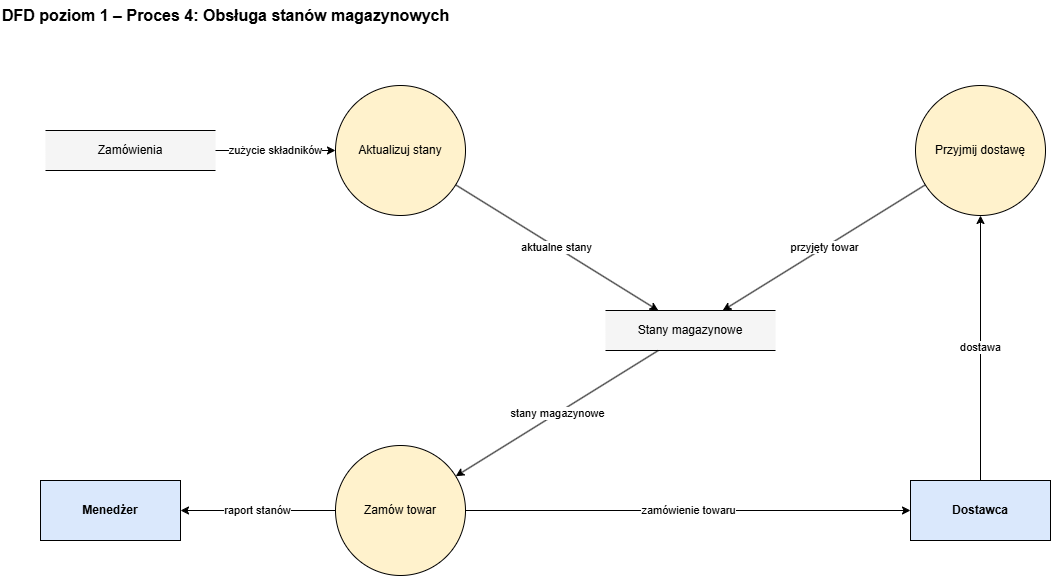
Earlier version of the draw.io export diagramy/02_przeplyw_danych/dfd_4_magazyn.png (olimo54323/OiZPI-laboratorium). Source tidied: cells renumbered, new cells last; positions are measured from the earlier drawing's top-left corner, leaving out a move shared by most shapes. The source it was exported from:
```xml
<mxGraphModel>
  <root>
    <mxCell id="0" />
    <mxCell id="1" parent="0" />
    <mxCell id="2" value="DFD poziom 1 – Proces 4: Obsługa stanów magazynowych" style="text;html=1;align=left;verticalAlign=middle;fontSize=16;fontStyle=1;" parent="1" vertex="1">
      <mxGeometry width="560" height="30" as="geometry" />
    </mxCell>
    <mxCell id="3" value="Zamówienia" style="shape=partialRectangle;whiteSpace=wrap;html=1;left=0;right=0;fillColor=#f5f5f5;strokeColor=#000000;fontSize=12;" parent="1" vertex="1">
      <mxGeometry x="45" y="130" width="170" height="40" as="geometry" />
    </mxCell>
    <mxCell id="4" value="Aktualizuj stany" style="ellipse;whiteSpace=wrap;html=1;fillColor=#fff2cc;strokeColor=#000000;fontSize=12;" parent="1" vertex="1">
      <mxGeometry x="335" y="85" width="130" height="130" as="geometry" />
    </mxCell>
    <mxCell id="5" value="Przyjmij dostawę" style="ellipse;whiteSpace=wrap;html=1;fillColor=#fff2cc;strokeColor=#000000;fontSize=12;" parent="1" vertex="1">
      <mxGeometry x="915" y="85" width="130" height="130" as="geometry" />
    </mxCell>
    <mxCell id="6" value="Stany magazynowe" style="shape=partialRectangle;whiteSpace=wrap;html=1;left=0;right=0;fillColor=#f5f5f5;strokeColor=#000000;fontSize=12;" parent="1" vertex="1">
      <mxGeometry x="605" y="310" width="170" height="40" as="geometry" />
    </mxCell>
    <mxCell id="7" value="Zamów towar" style="ellipse;whiteSpace=wrap;html=1;fillColor=#fff2cc;strokeColor=#000000;fontSize=12;" parent="1" vertex="1">
      <mxGeometry x="335" y="445" width="130" height="130" as="geometry" />
    </mxCell>
    <mxCell id="8" value="Menedżer" style="rounded=0;whiteSpace=wrap;html=1;fillColor=#dae8fc;strokeColor=#000000;fontStyle=1;fontSize=12;" parent="1" vertex="1">
      <mxGeometry x="40" y="480" width="140" height="60" as="geometry" />
    </mxCell>
    <mxCell id="9" value="Dostawca" style="rounded=0;whiteSpace=wrap;html=1;fillColor=#dae8fc;strokeColor=#000000;fontStyle=1;fontSize=12;" parent="1" vertex="1">
      <mxGeometry x="910" y="480" width="140" height="60" as="geometry" />
    </mxCell>
    <mxCell id="10" value="zużycie składników" style="endArrow=classic;endFill=1;html=1;rounded=0;labelBackgroundColor=#ffffff;fontSize=11;strokeColor=#000000;" parent="1" edge="1" source="3" target="4">
      <mxGeometry relative="1" as="geometry" />
    </mxCell>
    <mxCell id="11" value="aktualne stany" style="endArrow=classic;endFill=1;html=1;rounded=0;labelBackgroundColor=#ffffff;fontSize=11;strokeColor=#000000;" parent="1" edge="1" source="4" target="6">
      <mxGeometry relative="1" as="geometry" />
    </mxCell>
    <mxCell id="12" value="stany magazynowe" style="endArrow=classic;endFill=1;html=1;rounded=0;labelBackgroundColor=#ffffff;fontSize=11;strokeColor=#000000;" parent="1" edge="1" source="6" target="7">
      <mxGeometry relative="1" as="geometry" />
    </mxCell>
    <mxCell id="13" value="zamówienie towaru" style="endArrow=classic;endFill=1;html=1;rounded=0;labelBackgroundColor=#ffffff;fontSize=11;strokeColor=#000000;" parent="1" edge="1" source="7" target="9">
      <mxGeometry relative="1" as="geometry" />
    </mxCell>
    <mxCell id="14" value="raport stanów" style="endArrow=classic;endFill=1;html=1;rounded=0;labelBackgroundColor=#ffffff;fontSize=11;strokeColor=#000000;" parent="1" edge="1" source="7" target="8">
      <mxGeometry relative="1" as="geometry" />
    </mxCell>
    <mxCell id="15" value="dostawa" style="endArrow=classic;endFill=1;html=1;rounded=0;labelBackgroundColor=#ffffff;fontSize=11;strokeColor=#000000;" parent="1" edge="1" source="9" target="5">
      <mxGeometry relative="1" as="geometry" />
    </mxCell>
    <mxCell id="16" value="przyjęty towar" style="endArrow=classic;endFill=1;html=1;rounded=0;labelBackgroundColor=#ffffff;fontSize=11;strokeColor=#000000;" parent="1" edge="1" source="5" target="6">
      <mxGeometry relative="1" as="geometry" />
    </mxCell>
  </root>
</mxGraphModel>
```
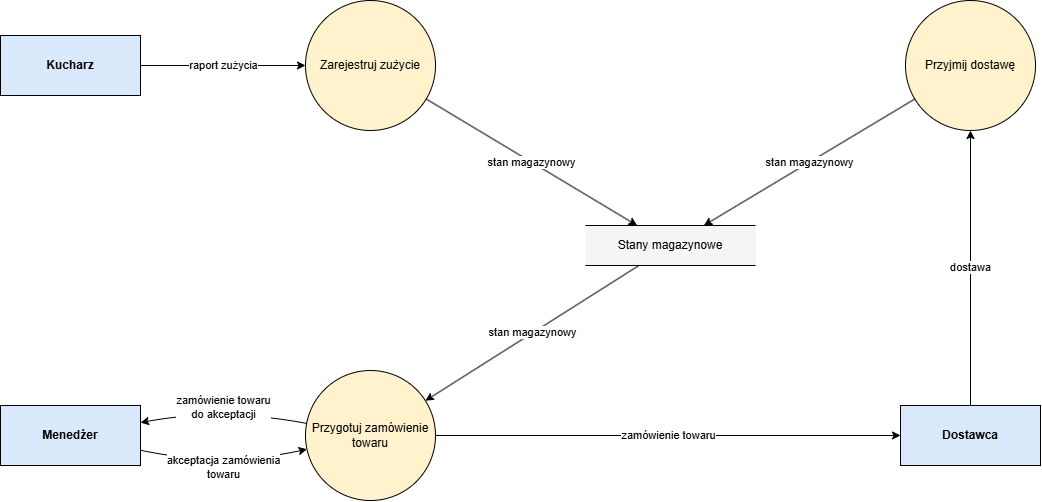
After the change.

The edit, as a diff of the source:
```diff
@@ -2,50 +2,58 @@
   <root>
     <mxCell id="0" />
     <mxCell id="1" parent="0" />
-    <mxCell id="2" value="DFD poziom 1 – Proces 4: Obsługa stanów magazynowych" style="text;html=1;align=left;verticalAlign=middle;fontSize=16;fontStyle=1;" parent="1" vertex="1">
-      <mxGeometry width="560" height="30" as="geometry" />
-    </mxCell>
-    <mxCell id="3" value="Zamówienia" style="shape=partialRectangle;whiteSpace=wrap;html=1;left=0;right=0;fillColor=#f5f5f5;strokeColor=#000000;fontSize=12;" parent="1" vertex="1">
-      <mxGeometry x="45" y="130" width="170" height="40" as="geometry" />
-    </mxCell>
-    <mxCell id="4" value="Aktualizuj stany" style="ellipse;whiteSpace=wrap;html=1;fillColor=#fff2cc;strokeColor=#000000;fontSize=12;" parent="1" vertex="1">
-      <mxGeometry x="335" y="85" width="130" height="130" as="geometry" />
-    </mxCell>
-    <mxCell id="5" value="Przyjmij dostawę" style="ellipse;whiteSpace=wrap;html=1;fillColor=#fff2cc;strokeColor=#000000;fontSize=12;" parent="1" vertex="1">
-      <mxGeometry x="915" y="85" width="130" height="130" as="geometry" />
-    </mxCell>
-    <mxCell id="6" value="Stany magazynowe" style="shape=partialRectangle;whiteSpace=wrap;html=1;left=0;right=0;fillColor=#f5f5f5;strokeColor=#000000;fontSize=12;" parent="1" vertex="1">
-      <mxGeometry x="605" y="310" width="170" height="40" as="geometry" />
-    </mxCell>
-    <mxCell id="7" value="Zamów towar" style="ellipse;whiteSpace=wrap;html=1;fillColor=#fff2cc;strokeColor=#000000;fontSize=12;" parent="1" vertex="1">
-      <mxGeometry x="335" y="445" width="130" height="130" as="geometry" />
-    </mxCell>
+    <mxCell id="17" value="Kucharz" style="rounded=0;whiteSpace=wrap;html=1;fillColor=#dae8fc;strokeColor=#000000;fontStyle=1;fontSize=12;" parent="1" vertex="1">
+      <mxGeometry x="30" y="110" width="140" height="60" as="geometry" />
+    </mxCell>
     <mxCell id="8" value="Menedżer" style="rounded=0;whiteSpace=wrap;html=1;fillColor=#dae8fc;strokeColor=#000000;fontStyle=1;fontSize=12;" parent="1" vertex="1">
-      <mxGeometry x="40" y="480" width="140" height="60" as="geometry" />
+      <mxGeometry x="30" y="480" width="140" height="60" as="geometry" />
     </mxCell>
     <mxCell id="9" value="Dostawca" style="rounded=0;whiteSpace=wrap;html=1;fillColor=#dae8fc;strokeColor=#000000;fontStyle=1;fontSize=12;" parent="1" vertex="1">
-      <mxGeometry x="910" y="480" width="140" height="60" as="geometry" />
+      <mxGeometry x="930" y="480" width="140" height="60" as="geometry" />
     </mxCell>
+    <mxCell id="18" value="Zarejestruj zużycie" style="ellipse;whiteSpace=wrap;html=1;fillColor=#fff2cc;strokeColor=#000000;fontSize=12;" parent="1" vertex="1">
+      <mxGeometry x="335" y="75" width="130" height="130" as="geometry" />
+    </mxCell>
+    <mxCell id="5" value="Przyjmij dostawę" style="ellipse;whiteSpace=wrap;html=1;fillColor=#fff2cc;strokeColor=#000000;fontSize=12;" parent="1" vertex="1">
+      <mxGeometry x="935" y="75" width="130" height="130" as="geometry" />
+    </mxCell>
+    <mxCell id="19" value="Przygotuj zamówienie towaru" style="ellipse;whiteSpace=wrap;html=1;fillColor=#fff2cc;strokeColor=#000000;fontSize=12;" parent="1" vertex="1">
+      <mxGeometry x="335" y="445" width="130" height="130" as="geometry" />
+    </mxCell>
+    <mxCell id="6" value="Stany magazynowe" style="shape=partialRectangle;whiteSpace=wrap;html=1;left=0;right=0;fillColor=#f5f5f5;strokeColor=#000000;fontSize=12;" parent="1" vertex="1">
+      <mxGeometry x="615" y="300" width="170" height="40" as="geometry" />
+    </mxCell>
-    <mxCell id="10" value="zużycie składników" style="endArrow=classic;endFill=1;html=1;rounded=0;labelBackgroundColor=#ffffff;fontSize=11;strokeColor=#000000;" parent="1" edge="1" source="3" target="4">
+    <mxCell id="10" value="raport zużycia" style="endArrow=classic;endFill=1;html=1;rounded=0;labelBackgroundColor=#ffffff;fontSize=11;strokeColor=#000000;" parent="1" edge="1" source="17" target="18">
       <mxGeometry relative="1" as="geometry" />
     </mxCell>
-    <mxCell id="11" value="aktualne stany" style="endArrow=classic;endFill=1;html=1;rounded=0;labelBackgroundColor=#ffffff;fontSize=11;strokeColor=#000000;" parent="1" edge="1" source="4" target="6">
+    <mxCell id="11" value="stan magazynowy" style="endArrow=classic;endFill=1;html=1;rounded=0;labelBackgroundColor=#ffffff;fontSize=11;strokeColor=#000000;" parent="1" edge="1" source="18" target="6">
       <mxGeometry relative="1" as="geometry" />
     </mxCell>
-    <mxCell id="12" value="stany magazynowe" style="endArrow=classic;endFill=1;html=1;rounded=0;labelBackgroundColor=#ffffff;fontSize=11;strokeColor=#000000;" parent="1" edge="1" source="6" target="7">
+    <mxCell id="12" value="stan magazynowy" style="endArrow=classic;endFill=1;html=1;rounded=0;labelBackgroundColor=#ffffff;fontSize=11;strokeColor=#000000;" parent="1" edge="1" source="6" target="19">
       <mxGeometry relative="1" as="geometry" />
     </mxCell>
-    <mxCell id="13" value="zamówienie towaru" style="endArrow=classic;endFill=1;html=1;rounded=0;labelBackgroundColor=#ffffff;fontSize=11;strokeColor=#000000;" parent="1" edge="1" source="7" target="9">
-      <mxGeometry relative="1" as="geometry" />
+    <mxCell id="13" value="zamówienie towaru&lt;br&gt;do akceptacji" style="endArrow=classic;endFill=1;html=1;curved=1;labelBackgroundColor=#ffffff;fontSize=11;strokeColor=#000000;" parent="1" edge="1" source="19" target="8">
+      <mxGeometry relative="1" as="geometry">
+        <Array as="points">
+          <mxPoint x="252" y="482" />
+        </Array>
+      </mxGeometry>
     </mxCell>
-    <mxCell id="14" value="raport stanów" style="endArrow=classic;endFill=1;html=1;rounded=0;labelBackgroundColor=#ffffff;fontSize=11;strokeColor=#000000;" parent="1" edge="1" source="7" target="8">
-      <mxGeometry relative="1" as="geometry" />
+    <mxCell id="14" value="akceptacja zamówienia&lt;br&gt;towaru" style="endArrow=classic;endFill=1;html=1;curved=1;labelBackgroundColor=#ffffff;fontSize=11;strokeColor=#000000;" parent="1" edge="1" source="8" target="19">
+      <mxGeometry relative="1" as="geometry">
+        <Array as="points">
+          <mxPoint x="252" y="542" />
+        </Array>
+      </mxGeometry>
     </mxCell>
-    <mxCell id="15" value="dostawa" style="endArrow=classic;endFill=1;html=1;rounded=0;labelBackgroundColor=#ffffff;fontSize=11;strokeColor=#000000;" parent="1" edge="1" source="9" target="5">
+    <mxCell id="15" value="zamówienie towaru" style="endArrow=classic;endFill=1;html=1;rounded=0;labelBackgroundColor=#ffffff;fontSize=11;strokeColor=#000000;" parent="1" edge="1" source="19" target="9">
       <mxGeometry relative="1" as="geometry" />
     </mxCell>
-    <mxCell id="16" value="przyjęty towar" style="endArrow=classic;endFill=1;html=1;rounded=0;labelBackgroundColor=#ffffff;fontSize=11;strokeColor=#000000;" parent="1" edge="1" source="5" target="6">
+    <mxCell id="16" value="dostawa" style="endArrow=classic;endFill=1;html=1;rounded=0;labelBackgroundColor=#ffffff;fontSize=11;strokeColor=#000000;" parent="1" edge="1" source="9" target="5">
       <mxGeometry relative="1" as="geometry" />
     </mxCell>
+    <mxCell id="20" value="stan magazynowy" style="endArrow=classic;endFill=1;html=1;rounded=0;labelBackgroundColor=#ffffff;fontSize=11;strokeColor=#000000;" parent="1" edge="1" source="5" target="6">
+      <mxGeometry relative="1" as="geometry" />
+    </mxCell>
   </root>
 </mxGraphModel>
```
